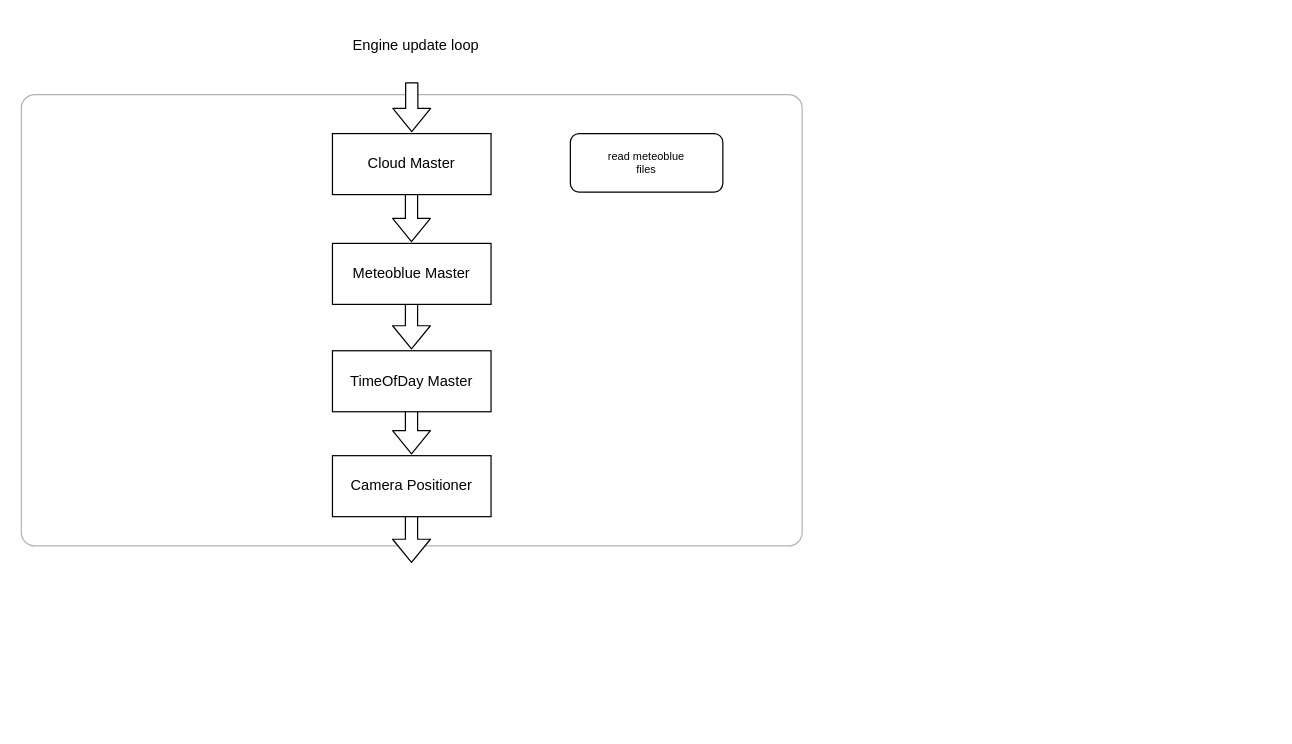
This is doc/diagrams/render process.drawio from mth0348/2021-thesis, a draw.io file, before an edit. Source tidied: cells renumbered, new cells numbered last; positions are measured from the earlier drawing's top-left corner, leaving out a move shared by most shapes. Both pictures are drawn from the tidied source at 122%, with x=0, y=0 at pixel (21, 33).
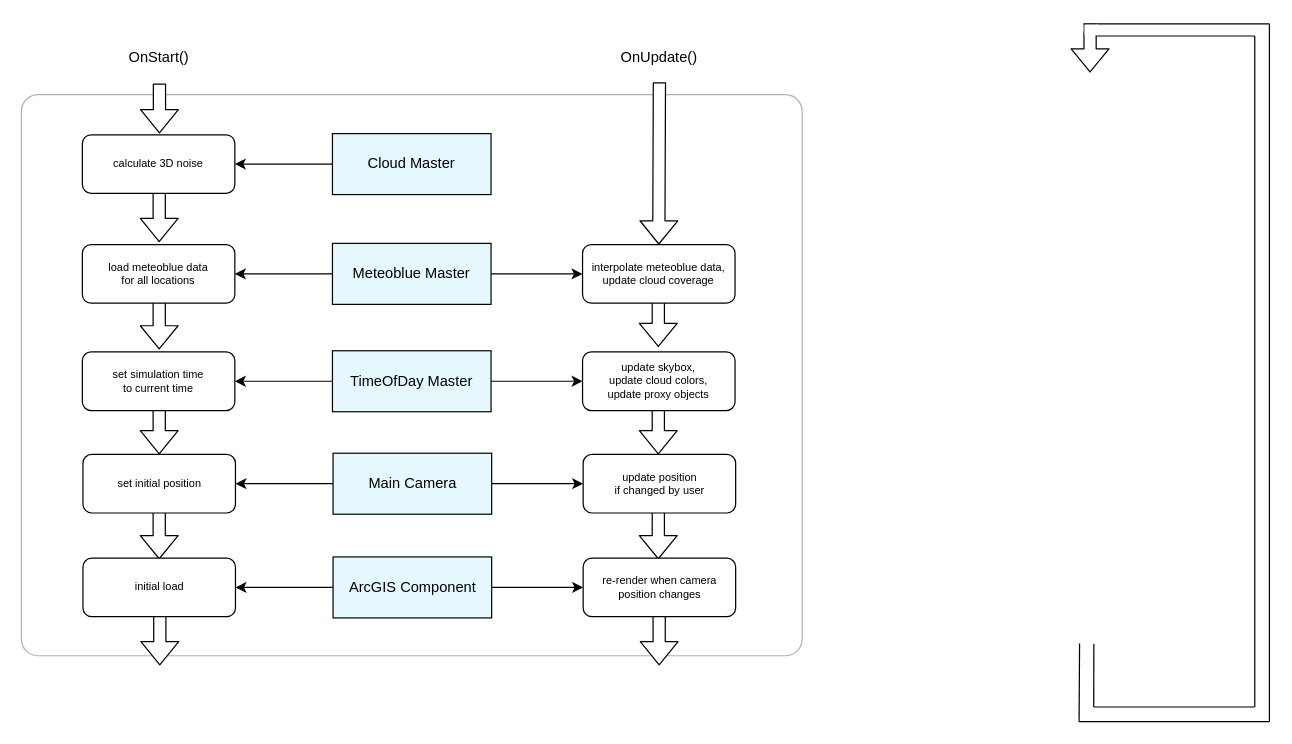
After the change.

Change to the diagram source:
```diff
@@
     <mxCell id="2" style="rounded=1;whiteSpace=wrap;html=1;fillColor=none;strokeColor=#B3B3B3;arcSize=3;" parent="1" vertex="1">
-      <mxGeometry y="50" width="640" height="370" as="geometry" />
+      <mxGeometry y="50" width="640" height="460" as="geometry" />
     </mxCell>
+    <mxCell id="14" style="shape=flexArrow;endArrow=classic;html=1;fillColor=#ffffff;" parent="1" edge="1">
+      <mxGeometry relative="1" as="geometry">
+        <mxPoint x="522.8" y="477" as="sourcePoint" />
+        <mxPoint x="522.8" y="518" as="targetPoint" />
+      </mxGeometry>
+    </mxCell>
+    <mxCell id="15" style="rounded=0;whiteSpace=wrap;html=1;align=center;strokeColor=#FFFFFF;" parent="1" vertex="1">
+      <mxGeometry x="868" y="530" width="11" height="8" as="geometry" />
+    </mxCell>
     <mxCell id="3" style="shape=flexArrow;endArrow=classic;html=1;fillColor=#ffffff;" parent="1" edge="1">
       <mxGeometry relative="1" as="geometry">
-        <mxPoint x="319.8" y="393" as="sourcePoint" />
-        <mxPoint x="319.8" y="434" as="targetPoint" />
+        <mxPoint x="113" y="390" as="sourcePoint" />
+        <mxPoint x="113" y="431" as="targetPoint" />
       </mxGeometry>
     </mxCell>
     <mxCell id="4" style="shape=flexArrow;endArrow=classic;html=1;fillColor=#ffffff;" parent="1" edge="1">
       <mxGeometry relative="1" as="geometry">
-        <mxPoint x="319.8" y="304" as="sourcePoint" />
-        <mxPoint x="319.8" y="345" as="targetPoint" />
+        <mxPoint x="113" y="304" as="sourcePoint" />
+        <mxPoint x="113" y="345" as="targetPoint" />
       </mxGeometry>
     </mxCell>
     <mxCell id="5" style="shape=flexArrow;endArrow=classic;html=1;fillColor=#ffffff;" parent="1" edge="1">
       <mxGeometry relative="1" as="geometry">
-        <mxPoint x="319.8" y="218" as="sourcePoint" />
-        <mxPoint x="319.8" y="259" as="targetPoint" />
+        <mxPoint x="113" y="218" as="sourcePoint" />
+        <mxPoint x="113" y="259" as="targetPoint" />
       </mxGeometry>
     </mxCell>
-    <mxCell id="6" value="&lt;font face=&quot;Computer Modern&quot;&gt;Engine update loop&lt;/font&gt;" style="text;html=1;strokeColor=none;fillColor=none;align=left;verticalAlign=middle;whiteSpace=wrap;rounded=0;" parent="1" vertex="1">
-      <mxGeometry x="270" width="140" height="20" as="geometry" />
-    </mxCell>
     <mxCell id="7" style="shape=flexArrow;endArrow=classic;html=1;fillColor=#ffffff;" parent="1" edge="1">
       <mxGeometry relative="1" as="geometry">
-        <mxPoint x="320" y="40" as="sourcePoint" />
-        <mxPoint x="320" y="80.9" as="targetPoint" />
+        <mxPoint x="113.2" y="41" as="sourcePoint" />
+        <mxPoint x="113.2" y="81.9" as="targetPoint" />
       </mxGeometry>
     </mxCell>
     <mxCell id="8" style="shape=flexArrow;endArrow=classic;html=1;fillColor=#ffffff;" parent="1" edge="1">
       <mxGeometry relative="1" as="geometry">
-        <mxPoint x="319.8" y="130" as="sourcePoint" />
-        <mxPoint x="319.8" y="171" as="targetPoint" />
+        <mxPoint x="113" y="130" as="sourcePoint" />
+        <mxPoint x="113" y="171" as="targetPoint" />
       </mxGeometry>
     </mxCell>
+    <mxCell id="16" style="shape=flexArrow;endArrow=classic;html=1;fillColor=#ffffff;" parent="1" edge="1">
+      <mxGeometry relative="1" as="geometry">
+        <mxPoint x="522.1" y="390" as="sourcePoint" />
+        <mxPoint x="522.1" y="431" as="targetPoint" />
+      </mxGeometry>
+    </mxCell>
+    <mxCell id="17" style="shape=flexArrow;endArrow=classic;html=1;fillColor=#ffffff;" parent="1" edge="1">
+      <mxGeometry relative="1" as="geometry">
+        <mxPoint x="522.1" y="304" as="sourcePoint" />
+        <mxPoint x="522.1" y="345" as="targetPoint" />
+      </mxGeometry>
+    </mxCell>
+    <mxCell id="18" style="shape=flexArrow;endArrow=classic;html=1;fillColor=#ffffff;" parent="1" edge="1">
+      <mxGeometry relative="1" as="geometry">
+        <mxPoint x="522.1" y="216" as="sourcePoint" />
+        <mxPoint x="522.1" y="257" as="targetPoint" />
+      </mxGeometry>
+    </mxCell>
+    <mxCell id="19" style="shape=flexArrow;endArrow=classic;html=1;fillColor=#ffffff;entryX=0.5;entryY=0;entryDx=0;entryDy=0;" parent="1" edge="1" target="28">
+      <mxGeometry relative="1" as="geometry">
+        <mxPoint x="523" y="40" as="sourcePoint" />
+      </mxGeometry>
+    </mxCell>
+    <mxCell id="20" style="shape=flexArrow;endArrow=classic;html=1;fillColor=#ffffff;" parent="1" edge="1">
+      <mxGeometry relative="1" as="geometry">
+        <mxPoint x="113.5" y="477" as="sourcePoint" />
+        <mxPoint x="113.5" y="518" as="targetPoint" />
+      </mxGeometry>
+    </mxCell>
+    <mxCell id="6" value="&lt;font face=&quot;Computer Modern&quot;&gt;OnUpdate()&lt;/font&gt;" style="text;html=1;strokeColor=none;fillColor=none;align=center;verticalAlign=middle;whiteSpace=wrap;rounded=0;" parent="1" vertex="1">
+      <mxGeometry x="452.5" y="10" width="140" height="20" as="geometry" />
+    </mxCell>
+    <mxCell id="21" style="edgeStyle=orthogonalEdgeStyle;rounded=0;jettySize=auto;html=1;" parent="1" edge="1" source="9" target="30">
+      <mxGeometry relative="1" as="geometry" />
+    </mxCell>
-    <mxCell id="9" value="&lt;font face=&quot;computer modern&quot;&gt;Cloud Master&lt;/font&gt;" style="rounded=0;whiteSpace=wrap;html=1;align=center;" parent="1" vertex="1">
+    <mxCell id="9" value="&lt;font face=&quot;computer modern&quot;&gt;Cloud Master&lt;/font&gt;" style="rounded=0;whiteSpace=wrap;html=1;align=center;fillColor=#E5F8FE;strokeColor=#040608;" parent="1" vertex="1">
       <mxGeometry x="255" y="82" width="130" height="50" as="geometry" />
     </mxCell>
+    <mxCell id="22" style="edgeStyle=orthogonalEdgeStyle;rounded=0;jettySize=auto;html=1;" parent="1" edge="1" source="10" target="31">
+      <mxGeometry relative="1" as="geometry" />
+    </mxCell>
+    <mxCell id="23" style="edgeStyle=orthogonalEdgeStyle;rounded=0;jettySize=auto;html=1;" parent="1" edge="1" source="10" target="28">
+      <mxGeometry relative="1" as="geometry" />
+    </mxCell>
-    <mxCell id="10" value="&lt;font face=&quot;computer modern&quot;&gt;Meteoblue Master&lt;/font&gt;" style="rounded=0;whiteSpace=wrap;html=1;align=center;" parent="1" vertex="1">
+    <mxCell id="10" value="&lt;font face=&quot;computer modern&quot;&gt;Meteoblue Master&lt;/font&gt;" style="rounded=0;whiteSpace=wrap;html=1;align=center;fillColor=#E5F8FE;strokeColor=#040608;" parent="1" vertex="1">
       <mxGeometry x="255" y="172" width="130" height="50" as="geometry" />
     </mxCell>
+    <mxCell id="24" style="edgeStyle=orthogonalEdgeStyle;rounded=0;jettySize=auto;html=1;" parent="1" edge="1" source="11" target="32">
+      <mxGeometry relative="1" as="geometry" />
+    </mxCell>
+    <mxCell id="25" style="edgeStyle=orthogonalEdgeStyle;rounded=0;jettySize=auto;html=1;" parent="1" edge="1" source="11" target="13">
+      <mxGeometry relative="1" as="geometry" />
+    </mxCell>
-    <mxCell id="11" value="&lt;font face=&quot;computer modern&quot;&gt;TimeOfDay Master&lt;/font&gt;" style="rounded=0;whiteSpace=wrap;html=1;align=center;" parent="1" vertex="1">
+    <mxCell id="11" value="&lt;font face=&quot;computer modern&quot;&gt;TimeOfDay Master&lt;/font&gt;" style="rounded=0;whiteSpace=wrap;html=1;align=center;fillColor=#E5F8FE;strokeColor=#040608;" parent="1" vertex="1">
       <mxGeometry x="255" y="260" width="130" height="50" as="geometry" />
     </mxCell>
+    <mxCell id="26" style="edgeStyle=orthogonalEdgeStyle;rounded=0;jettySize=auto;html=1;" parent="1" edge="1" source="12" target="33">
+      <mxGeometry relative="1" as="geometry" />
+    </mxCell>
+    <mxCell id="27" style="edgeStyle=orthogonalEdgeStyle;rounded=0;jettySize=auto;html=1;" parent="1" edge="1" source="12" target="34">
+      <mxGeometry relative="1" as="geometry" />
+    </mxCell>
-    <mxCell id="12" value="&lt;font face=&quot;computer modern&quot;&gt;Camera Positioner&lt;/font&gt;" style="rounded=0;whiteSpace=wrap;html=1;align=center;" parent="1" vertex="1">
-      <mxGeometry x="255" y="346" width="130" height="50" as="geometry" />
+    <mxCell id="12" value="&lt;font face=&quot;computer modern&quot;&gt;ArcGIS Component&lt;/font&gt;" style="rounded=0;whiteSpace=wrap;html=1;align=center;fillColor=#E5F8FE;strokeColor=#040608;" parent="1" vertex="1">
+      <mxGeometry x="255.5" y="429" width="130" height="50" as="geometry" />
     </mxCell>
-    <mxCell id="13" value="read meteoblue&lt;br style=&quot;font-size: 9px;&quot;&gt;files" style="rounded=1;whiteSpace=wrap;html=1;fillColor=#ffffff;fontSize=9;" parent="1" vertex="1">
-      <mxGeometry x="450" y="82" width="125" height="48" as="geometry" />
+    <mxCell id="13" value="update skybox,&lt;br&gt;update cloud colors,&lt;br&gt;update proxy objects" style="rounded=1;whiteSpace=wrap;html=1;fillColor=#ffffff;fontSize=9;" parent="1" vertex="1">
+      <mxGeometry x="460" y="261" width="125" height="48" as="geometry" />
     </mxCell>
+    <mxCell id="28" value="interpolate meteoblue data,&lt;br&gt;update cloud coverage" style="rounded=1;whiteSpace=wrap;html=1;fillColor=#ffffff;fontSize=9;" parent="1" vertex="1">
+      <mxGeometry x="460" y="173" width="125" height="48" as="geometry" />
+    </mxCell>
+    <mxCell id="29" value="&lt;font face=&quot;Computer Modern&quot;&gt;OnStart()&lt;/font&gt;" style="text;html=1;strokeColor=none;fillColor=none;align=center;verticalAlign=middle;whiteSpace=wrap;rounded=0;" parent="1" vertex="1">
+      <mxGeometry x="47.5" y="10" width="130" height="20" as="geometry" />
+    </mxCell>
+    <mxCell id="30" value="calculate 3D noise" style="rounded=1;whiteSpace=wrap;html=1;fillColor=#ffffff;fontSize=9;" parent="1" vertex="1">
+      <mxGeometry x="50" y="83" width="125" height="48" as="geometry" />
+    </mxCell>
+    <mxCell id="31" value="load meteoblue data&lt;br&gt;for all locations" style="rounded=1;whiteSpace=wrap;html=1;fillColor=#ffffff;fontSize=9;" parent="1" vertex="1">
+      <mxGeometry x="50" y="173" width="125" height="48" as="geometry" />
+    </mxCell>
+    <mxCell id="32" value="set simulation time&lt;br&gt;to current time" style="rounded=1;whiteSpace=wrap;html=1;fillColor=#ffffff;fontSize=9;" parent="1" vertex="1">
+      <mxGeometry x="50" y="261" width="125" height="48" as="geometry" />
+    </mxCell>
+    <mxCell id="33" value="initial load" style="rounded=1;whiteSpace=wrap;html=1;fillColor=#ffffff;fontSize=9;" parent="1" vertex="1">
+      <mxGeometry x="50.5" y="430" width="125" height="48" as="geometry" />
+    </mxCell>
+    <mxCell id="34" value="re-render when camera&lt;br&gt;position changes" style="rounded=1;whiteSpace=wrap;html=1;fillColor=#ffffff;fontSize=9;" parent="1" vertex="1">
+      <mxGeometry x="460.5" y="430" width="125" height="48" as="geometry" />
+    </mxCell>
+    <mxCell id="35" style="edgeStyle=orthogonalEdgeStyle;rounded=0;jettySize=auto;html=1;" parent="1" edge="1" source="37" target="38">
+      <mxGeometry relative="1" as="geometry" />
+    </mxCell>
+    <mxCell id="36" style="edgeStyle=orthogonalEdgeStyle;rounded=0;jettySize=auto;html=1;" parent="1" edge="1" source="37" target="39">
+      <mxGeometry relative="1" as="geometry" />
+    </mxCell>
+    <mxCell id="37" value="&lt;font face=&quot;computer modern&quot;&gt;Main Camera&lt;/font&gt;" style="rounded=0;whiteSpace=wrap;html=1;align=center;fillColor=#E5F8FE;strokeColor=#040608;" parent="1" vertex="1">
+      <mxGeometry x="255.5" y="344" width="130" height="50" as="geometry" />
+    </mxCell>
+    <mxCell id="38" value="set initial position" style="rounded=1;whiteSpace=wrap;html=1;fillColor=#ffffff;fontSize=9;" parent="1" vertex="1">
+      <mxGeometry x="50.5" y="345" width="125" height="48" as="geometry" />
+    </mxCell>
+    <mxCell id="39" value="update position&lt;br&gt;if changed by user" style="rounded=1;whiteSpace=wrap;html=1;fillColor=#ffffff;fontSize=9;" parent="1" vertex="1">
+      <mxGeometry x="460.5" y="345" width="125" height="48" as="geometry" />
+    </mxCell>
+    <mxCell id="40" style="endArrow=none;html=1;entryX=0.525;entryY=1.004;entryDx=0;entryDy=0;entryPerimeter=0;" parent="1" edge="1">
+      <mxGeometry relative="1" as="geometry">
+        <mxPoint x="879" y="552" as="sourcePoint" />
+        <mxPoint x="879.1" y="500.2" as="targetPoint" />
+      </mxGeometry>
+    </mxCell>
+    <mxCell id="41" style="endArrow=none;html=1;exitX=0.431;exitY=1.001;exitDx=0;exitDy=0;exitPerimeter=0;" parent="1" edge="1">
+      <mxGeometry relative="1" as="geometry">
+        <mxPoint x="867.4" y="500" as="sourcePoint" />
+        <mxPoint x="867" y="564" as="targetPoint" />
+      </mxGeometry>
+    </mxCell>
+    <mxCell id="42" style="endArrow=none;html=1;" parent="1" edge="1">
+      <mxGeometry relative="1" as="geometry">
+        <mxPoint x="867" y="564" as="sourcePoint" />
+        <mxPoint x="1023" y="564" as="targetPoint" />
+      </mxGeometry>
+    </mxCell>
+    <mxCell id="43" style="endArrow=none;html=1;" parent="1" edge="1">
+      <mxGeometry relative="1" as="geometry">
+        <mxPoint x="879" y="552" as="sourcePoint" />
+        <mxPoint x="1011" y="552" as="targetPoint" />
+      </mxGeometry>
+    </mxCell>
+    <mxCell id="44" style="endArrow=none;html=1;" parent="1" edge="1">
+      <mxGeometry relative="1" as="geometry">
+        <mxPoint x="1011" y="2" as="sourcePoint" />
+        <mxPoint x="1011" y="552" as="targetPoint" />
+      </mxGeometry>
+    </mxCell>
+    <mxCell id="45" style="endArrow=none;html=1;" parent="1" edge="1">
+      <mxGeometry relative="1" as="geometry">
+        <mxPoint x="1023" y="-8" as="sourcePoint" />
+        <mxPoint x="1023" y="564" as="targetPoint" />
+      </mxGeometry>
+    </mxCell>
+    <mxCell id="46" style="endArrow=none;html=1;" parent="1" edge="1">
+      <mxGeometry relative="1" as="geometry">
+        <mxPoint x="870" y="-8" as="sourcePoint" />
+        <mxPoint x="1023" y="-8" as="targetPoint" />
+      </mxGeometry>
+    </mxCell>
+    <mxCell id="47" style="endArrow=none;html=1;" parent="1" edge="1">
+      <mxGeometry relative="1" as="geometry">
+        <mxPoint x="881" y="2" as="sourcePoint" />
+        <mxPoint x="1011" y="2" as="targetPoint" />
+      </mxGeometry>
+    </mxCell>
+    <mxCell id="48" style="shape=flexArrow;endArrow=classic;html=1;fillColor=#ffffff;" parent="1" edge="1">
+      <mxGeometry relative="1" as="geometry">
+        <mxPoint x="876" y="-8" as="sourcePoint" />
+        <mxPoint x="876" y="32" as="targetPoint" />
+      </mxGeometry>
+    </mxCell>
+    <mxCell id="49" style="rounded=0;whiteSpace=wrap;html=1;align=center;strokeColor=#FFFFFF;" parent="1" vertex="1">
+      <mxGeometry x="872" y="-7" width="10" height="8" as="geometry" />
+    </mxCell>
+    <mxCell id="50" style="rounded=0;whiteSpace=wrap;html=1;align=center;strokeColor=#FFFFFF;" parent="1" vertex="1">
+      <mxGeometry x="860" y="-10" width="10" height="8" as="geometry" />
+    </mxCell>
```
